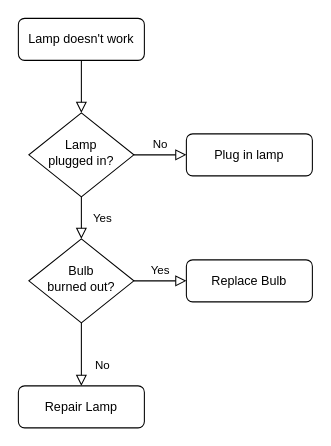
AyanamiKaine/AyanamiKaine keeps this draw.io diagram as Untitled Diagram.drawio. Above is the earlier version. Source tidied: cells renumbered, new cells numbered last; positions are measured from the earlier drawing's top-left corner, leaving out a move shared by most shapes. Both pictures are drawn from the tidied source at 105%, with x=0, y=0 at pixel (18, 18).
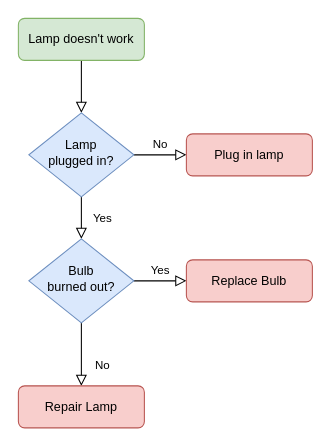
After the change.

Change to the diagram source:
```diff
@@
 <mxGraphModel>
   <root>
     <mxCell id="0" />
     <mxCell id="1" parent="0" />
     <mxCell id="2" style="rounded=0;html=1;jettySize=auto;fontSize=11;endArrow=block;endFill=0;endSize=8;strokeWidth=1;shadow=0;labelBackgroundColor=none;edgeStyle=orthogonalEdgeStyle;" parent="1" edge="1" source="3" target="6">
       <mxGeometry relative="1" as="geometry" />
     </mxCell>
-    <mxCell id="3" value="Lamp doesn't work" style="rounded=1;whiteSpace=wrap;html=1;fontSize=12;glass=0;strokeWidth=1;shadow=0;" parent="1" vertex="1">
+    <mxCell id="3" value="Lamp doesn't work" style="rounded=1;whiteSpace=wrap;html=1;fontSize=12;glass=0;strokeWidth=1;shadow=0;fillColor=#d5e8d4;strokeColor=#82b366;" parent="1" vertex="1">
       <mxGeometry width="120" height="40" as="geometry" />
     </mxCell>
     <mxCell id="4" value="Yes" style="rounded=0;html=1;jettySize=auto;fontSize=11;endArrow=block;endFill=0;endSize=8;strokeWidth=1;shadow=0;labelBackgroundColor=none;edgeStyle=orthogonalEdgeStyle;" parent="1" edge="1" source="6" target="10">
       <mxGeometry y="20" relative="1" as="geometry" />
     </mxCell>
     <mxCell id="5" value="No" style="edgeStyle=orthogonalEdgeStyle;rounded=0;html=1;jettySize=auto;fontSize=11;endArrow=block;endFill=0;endSize=8;strokeWidth=1;shadow=0;labelBackgroundColor=none;" parent="1" edge="1" source="6" target="7">
       <mxGeometry y="10" relative="1" as="geometry" />
     </mxCell>
-    <mxCell id="6" value="Lamp&lt;br&gt;plugged in?" style="rhombus;whiteSpace=wrap;html=1;shadow=0;fontFamily=Helvetica;fontSize=12;align=center;strokeWidth=1;spacing=6;spacingTop=-4;" parent="1" vertex="1">
+    <mxCell id="6" value="Lamp&lt;br&gt;plugged in?" style="rhombus;whiteSpace=wrap;html=1;shadow=0;fontFamily=Helvetica;fontSize=12;align=center;strokeWidth=1;spacing=6;spacingTop=-4;fillColor=#dae8fc;strokeColor=#6c8ebf;" parent="1" vertex="1">
       <mxGeometry x="10" y="90" width="100" height="80" as="geometry" />
     </mxCell>
-    <mxCell id="7" value="Plug in lamp" style="rounded=1;whiteSpace=wrap;html=1;fontSize=12;glass=0;strokeWidth=1;shadow=0;" parent="1" vertex="1">
+    <mxCell id="7" value="Plug in lamp" style="rounded=1;whiteSpace=wrap;html=1;fontSize=12;glass=0;strokeWidth=1;shadow=0;fillColor=#f8cecc;strokeColor=#b85450;" parent="1" vertex="1">
       <mxGeometry x="160" y="110" width="120" height="40" as="geometry" />
     </mxCell>
     <mxCell id="8" value="No" style="rounded=0;html=1;jettySize=auto;fontSize=11;endArrow=block;endFill=0;endSize=8;strokeWidth=1;shadow=0;labelBackgroundColor=none;edgeStyle=orthogonalEdgeStyle;" parent="1" edge="1" source="10" target="11">
       <mxGeometry x="0.33" y="20" relative="1" as="geometry" />
     </mxCell>
     <mxCell id="9" value="Yes" style="edgeStyle=orthogonalEdgeStyle;rounded=0;html=1;jettySize=auto;fontSize=11;endArrow=block;endFill=0;endSize=8;strokeWidth=1;shadow=0;labelBackgroundColor=none;" parent="1" edge="1" source="10" target="12">
       <mxGeometry y="10" relative="1" as="geometry" />
     </mxCell>
-    <mxCell id="10" value="Bulb&lt;br&gt;burned out?" style="rhombus;whiteSpace=wrap;html=1;shadow=0;fontFamily=Helvetica;fontSize=12;align=center;strokeWidth=1;spacing=6;spacingTop=-4;" parent="1" vertex="1">
+    <mxCell id="10" value="Bulb&lt;br&gt;burned out?" style="rhombus;whiteSpace=wrap;html=1;shadow=0;fontFamily=Helvetica;fontSize=12;align=center;strokeWidth=1;spacing=6;spacingTop=-4;fillColor=#dae8fc;strokeColor=#6c8ebf;" parent="1" vertex="1">
       <mxGeometry x="10" y="210" width="100" height="80" as="geometry" />
     </mxCell>
-    <mxCell id="11" value="Repair Lamp" style="rounded=1;whiteSpace=wrap;html=1;fontSize=12;glass=0;strokeWidth=1;shadow=0;" parent="1" vertex="1">
+    <mxCell id="11" value="Repair Lamp" style="rounded=1;whiteSpace=wrap;html=1;fontSize=12;glass=0;strokeWidth=1;shadow=0;fillColor=#f8cecc;strokeColor=#b85450;" parent="1" vertex="1">
       <mxGeometry y="350" width="120" height="40" as="geometry" />
     </mxCell>
-    <mxCell id="12" value="Replace Bulb" style="rounded=1;whiteSpace=wrap;html=1;fontSize=12;glass=0;strokeWidth=1;shadow=0;" parent="1" vertex="1">
+    <mxCell id="12" value="Replace Bulb" style="rounded=1;whiteSpace=wrap;html=1;fontSize=12;glass=0;strokeWidth=1;shadow=0;fillColor=#f8cecc;strokeColor=#b85450;" parent="1" vertex="1">
       <mxGeometry x="160" y="230" width="120" height="40" as="geometry" />
     </mxCell>
   </root>
 </mxGraphModel>
```
